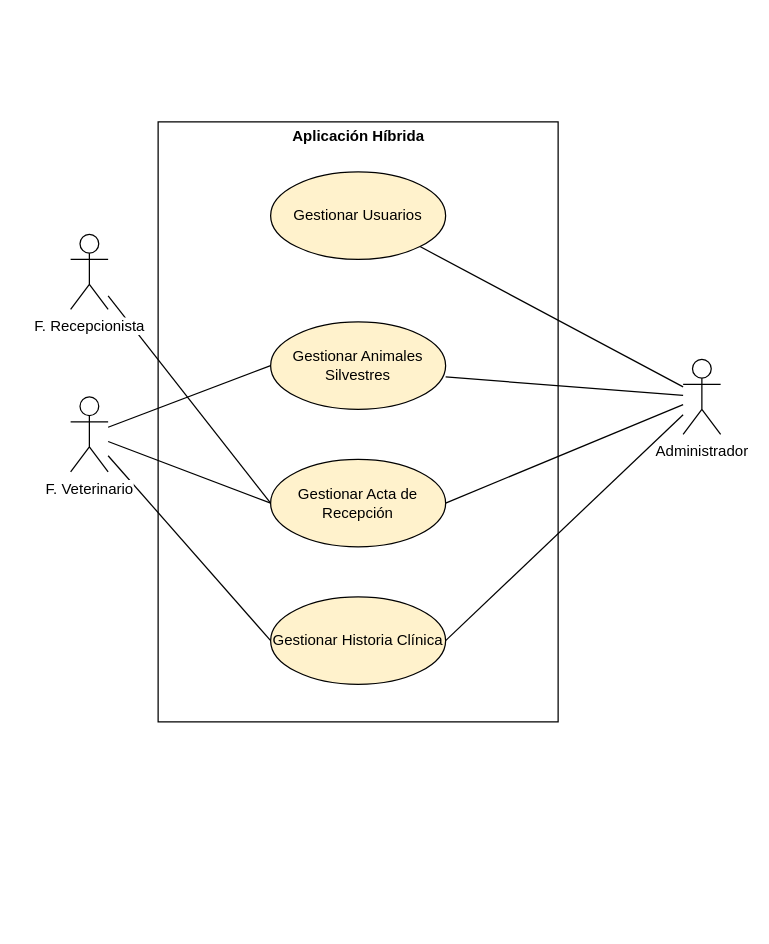
The draw.io diagram page "DCUGeneral" (1 of 13) of CEA Proyect/Diagramas&Diseños/Diagramas.drawio in ludwingx/AppCEA, before the edit. Source tidied: cells renumbered, new cells numbered last; positions are measured from the earlier drawing's top-left corner, leaving out a move shared by most shapes. Both pictures are drawn from the tidied source at 125%, with x=0, y=0 at pixel (70, 121).
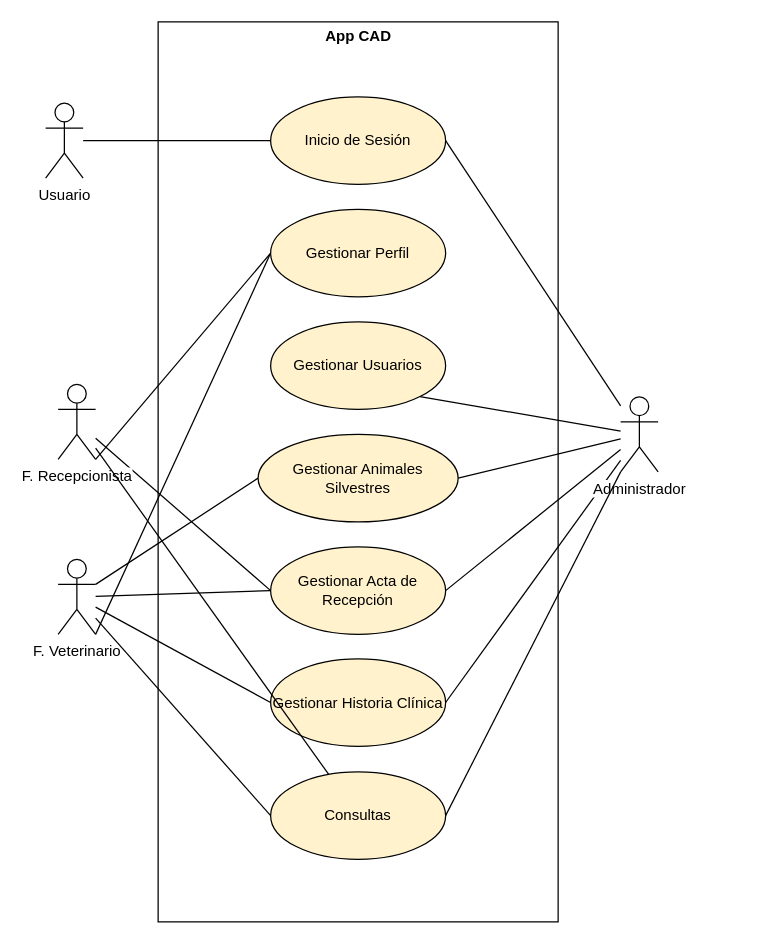
The same diagram, later.

Diff of the diagram source:
```diff
@@
-    <mxCell id="2" value="&lt;b style=&quot;&quot;&gt;Aplicación Híbrida&lt;/b&gt;" style="html=1;labelPosition=center;verticalLabelPosition=top;align=center;verticalAlign=bottom;spacingBottom=-21;" parent="1" vertex="1">
-      <mxGeometry x="70" width="320" height="480" as="geometry" />
+    <mxCell id="2" value="&lt;b style=&quot;&quot;&gt;App CAD&lt;/b&gt;" style="html=1;labelPosition=center;verticalLabelPosition=top;align=center;verticalAlign=bottom;spacingBottom=-21;" parent="1" vertex="1">
+      <mxGeometry x="70" y="-80" width="320" height="720" as="geometry" />
     </mxCell>
@@
-    <mxCell id="4" style="edgeStyle=none;rounded=0;jettySize=auto;html=1;entryX=0;entryY=0.5;entryDx=0;entryDy=0;endArrow=none;endFill=0;" parent="1" edge="1" source="6" target="17">
+    <mxCell id="4" style="edgeStyle=none;rounded=0;jettySize=auto;html=1;entryX=0;entryY=0.5;entryDx=0;entryDy=0;endArrow=none;endFill=0;exitX=1;exitY=0.3333333333333333;exitDx=0;exitDy=0;exitPerimeter=0;" parent="1" edge="1" source="6" target="17">
       <mxGeometry relative="1" as="geometry" />
     </mxCell>
@@
     <mxCell id="6" value="F. Veterinario" style="shape=umlActor;verticalLabelPosition=bottom;verticalAlign=top;html=1;outlineConnect=0;labelBackgroundColor=default;" parent="1" vertex="1">
-      <mxGeometry y="220" width="30" height="60" as="geometry" />
+      <mxGeometry x="-10" y="350" width="30" height="60" as="geometry" />
     </mxCell>
@@
     <mxCell id="8" value="F. Recepcionista" style="shape=umlActor;verticalLabelPosition=bottom;verticalAlign=top;html=1;outlineConnect=0;labelBackgroundColor=default;" parent="1" vertex="1">
-      <mxGeometry y="90" width="30" height="60" as="geometry" />
+      <mxGeometry x="-10" y="210" width="30" height="60" as="geometry" />
     </mxCell>
     <mxCell id="9" value="Gestionar Acta de Recepción" style="ellipse;whiteSpace=wrap;html=1;fillColor=#fff2cc;strokeColor=#000000;" parent="1" vertex="1">
-      <mxGeometry x="160" y="270" width="140" height="70" as="geometry" />
+      <mxGeometry x="160" y="340" width="140" height="70" as="geometry" />
     </mxCell>
     <mxCell id="10" value="Gestionar Historia Clínica" style="ellipse;whiteSpace=wrap;html=1;fillColor=#fff2cc;strokeColor=#000000;" parent="1" vertex="1">
-      <mxGeometry x="160" y="380" width="140" height="70" as="geometry" />
+      <mxGeometry x="160" y="429.5" width="140" height="70" as="geometry" />
     </mxCell>
+    <mxCell id="17" value="Gestionar Animales Silvestres" style="ellipse;whiteSpace=wrap;html=1;fillColor=#fff2cc;strokeColor=#000000;" parent="1" vertex="1">
+      <mxGeometry x="150" y="250" width="160" height="70" as="geometry" />
+    </mxCell>
@@
-    <mxCell id="14" style="edgeStyle=none;rounded=0;jettySize=auto;html=1;entryX=1;entryY=0.629;entryDx=0;entryDy=0;endArrow=none;endFill=0;entryPerimeter=0;" parent="1" edge="1" source="15" target="17">
+    <mxCell id="14" style="edgeStyle=none;rounded=0;jettySize=auto;html=1;entryX=1;entryY=0.5;entryDx=0;entryDy=0;endArrow=none;endFill=0;" parent="1" edge="1" source="15" target="17">
       <mxGeometry relative="1" as="geometry" />
     </mxCell>
     <mxCell id="15" value="Administrador" style="shape=umlActor;verticalLabelPosition=bottom;verticalAlign=top;html=1;outlineConnect=0;labelBackgroundColor=#FFFFFF;" parent="1" vertex="1">
-      <mxGeometry x="490" y="190" width="30" height="60" as="geometry" />
+      <mxGeometry x="440" y="220" width="30" height="60" as="geometry" />
     </mxCell>
     <mxCell id="16" value="Gestionar Usuarios" style="ellipse;whiteSpace=wrap;html=1;fillColor=#fff2cc;strokeColor=#000000;" parent="1" vertex="1">
-      <mxGeometry x="160" y="40" width="140" height="70" as="geometry" />
+      <mxGeometry x="160" y="160" width="140" height="70" as="geometry" />
     </mxCell>
-    <mxCell id="17" value="Gestionar Animales Silvestres" style="ellipse;whiteSpace=wrap;html=1;fillColor=#fff2cc;strokeColor=#000000;" parent="1" vertex="1">
-      <mxGeometry x="160" y="160" width="140" height="70" as="geometry" />
-    </mxCell>
+    <mxCell id="18" value="Gestionar Perfil" style="ellipse;whiteSpace=wrap;html=1;fillColor=#fff2cc;strokeColor=#000000;" parent="1" vertex="1">
+      <mxGeometry x="160" y="70" width="140" height="70" as="geometry" />
+    </mxCell>
+    <mxCell id="19" style="edgeStyle=none;rounded=0;jettySize=auto;html=1;entryX=0;entryY=0.5;entryDx=0;entryDy=0;endArrow=none;endFill=0;exitX=1;exitY=1;exitDx=0;exitDy=0;exitPerimeter=0;" parent="1" edge="1" source="6" target="18">
+      <mxGeometry relative="1" as="geometry" />
+    </mxCell>
+    <mxCell id="20" style="edgeStyle=none;rounded=0;jettySize=auto;html=1;entryX=0;entryY=0.5;entryDx=0;entryDy=0;endArrow=none;endFill=0;exitX=1;exitY=1;exitDx=0;exitDy=0;exitPerimeter=0;" parent="1" edge="1" source="8" target="18">
+      <mxGeometry relative="1" as="geometry" />
+    </mxCell>
+    <mxCell id="21" value="Inicio de Sesión" style="ellipse;whiteSpace=wrap;html=1;fillColor=#fff2cc;strokeColor=#000000;" parent="1" vertex="1">
+      <mxGeometry x="160" y="-20" width="140" height="70" as="geometry" />
+    </mxCell>
+    <mxCell id="22" value="Consultas" style="ellipse;whiteSpace=wrap;html=1;fillColor=#fff2cc;strokeColor=#000000;" parent="1" vertex="1">
+      <mxGeometry x="160" y="520" width="140" height="70" as="geometry" />
+    </mxCell>
+    <mxCell id="23" style="edgeStyle=none;rounded=0;jettySize=auto;html=1;entryX=1;entryY=0.5;entryDx=0;entryDy=0;endArrow=none;endFill=0;exitX=0;exitY=1;exitDx=0;exitDy=0;exitPerimeter=0;" parent="1" edge="1" source="15" target="22">
+      <mxGeometry relative="1" as="geometry" />
+    </mxCell>
+    <mxCell id="24" style="rounded=0;jettySize=auto;html=1;entryX=1;entryY=0.5;entryDx=0;entryDy=0;endArrow=none;endFill=0;" parent="1" edge="1" source="15" target="21">
+      <mxGeometry relative="1" as="geometry" />
+    </mxCell>
+    <mxCell id="25" value="Usuario" style="shape=umlActor;verticalLabelPosition=bottom;verticalAlign=top;html=1;outlineConnect=0;" parent="1" vertex="1">
+      <mxGeometry x="-20" y="-15" width="30" height="60" as="geometry" />
+    </mxCell>
+    <mxCell id="26" style="edgeStyle=none;rounded=0;jettySize=auto;html=1;endArrow=none;endFill=0;exitX=0;exitY=0.5;exitDx=0;exitDy=0;" parent="1" edge="1" source="21" target="25">
+      <mxGeometry relative="1" as="geometry" />
+    </mxCell>
+    <mxCell id="27" style="rounded=0;jettySize=auto;html=1;entryX=0;entryY=0.5;entryDx=0;entryDy=0;endArrow=none;endFill=0;" parent="1" edge="1" source="6" target="22">
+      <mxGeometry relative="1" as="geometry" />
+    </mxCell>
+    <mxCell id="28" style="rounded=0;jettySize=auto;html=1;endArrow=none;endFill=0;" parent="1" edge="1" source="8" target="22">
+      <mxGeometry relative="1" as="geometry" />
+    </mxCell>
```
